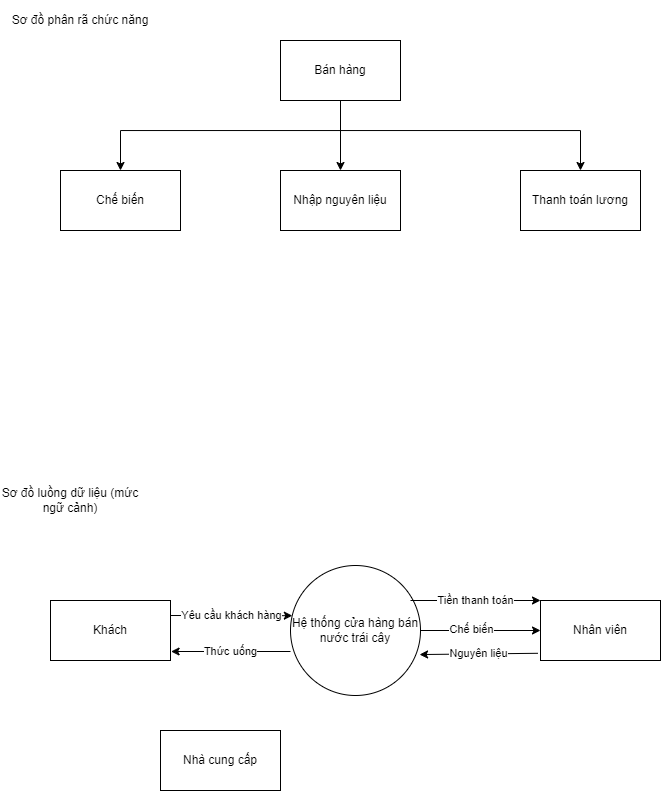
Before: DFD2.png, a diagram exported from draw.io (InfiniteByte1811/branch1). Source tidied: cells renumbered, new cells last; positions are measured from the earlier drawing's top-left corner, leaving out a move shared by most shapes.
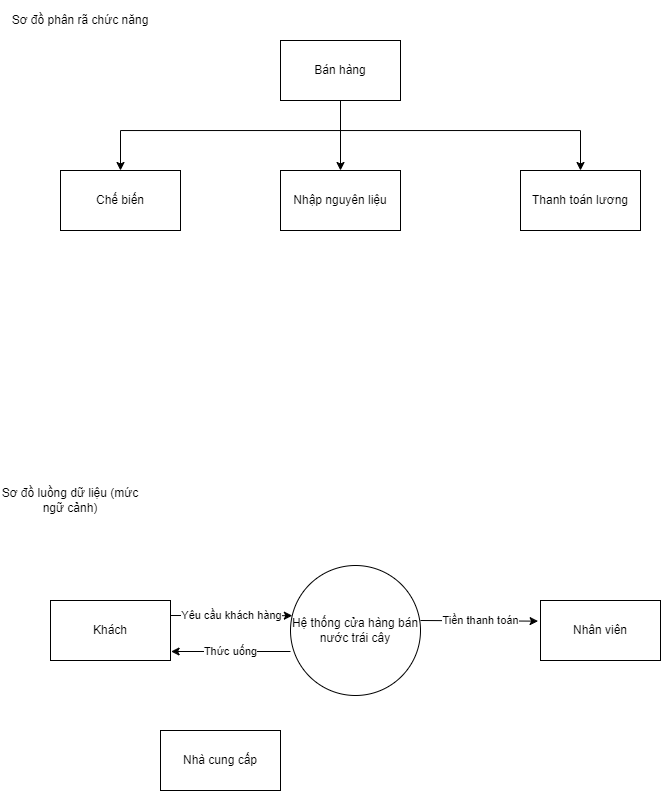
Later version of the same file.

Commit message:
Cập nhật DFD2.png

The edit, as a diff of the source:
```diff
@@ -48,9 +48,9 @@
     <mxCell id="13" value="Hệ thống cửa hàng bán nước trái cây" style="ellipse;whiteSpace=wrap;html=1;" parent="1" vertex="1">
       <mxGeometry x="290" y="565" width="130" height="130" as="geometry" />
     </mxCell>
-    <mxCell id="14" value="Tiền thanh toán" style="endArrow=classic;html=1;rounded=0;entryX=0;entryY=0;entryDx=0;entryDy=0;" parent="1" edge="1" target="11">
-      <mxGeometry relative="1" as="geometry">
-        <mxPoint x="410" y="600" as="sourcePoint" />
+    <mxCell id="14" value="Tiền thanh toán" style="endArrow=classic;html=1;rounded=0;entryX=-0.02;entryY=0.344;entryDx=0;entryDy=0;entryPerimeter=0;" parent="1" edge="1" target="11">
+      <mxGeometry x="0.02" relative="1" as="geometry">
+        <mxPoint x="420" y="620" as="sourcePoint" />
       </mxGeometry>
     </mxCell>
     <mxCell id="15" value="Yêu cầu khách hàng" style="endArrow=classic;html=1;rounded=0;entryX=0.014;entryY=0.386;entryDx=0;entryDy=0;entryPerimeter=0;" parent="1" edge="1" target="13">
@@ -63,17 +63,6 @@
         <mxPoint x="290" y="651" as="sourcePoint" />
       </mxGeometry>
     </mxCell>
-    <mxCell id="17" value="Nguyên liệu" style="endArrow=classic;html=1;rounded=0;exitX=-0.022;exitY=0.88;exitDx=0;exitDy=0;exitPerimeter=0;entryX=0.993;entryY=0.685;entryDx=0;entryDy=0;entryPerimeter=0;" parent="1" edge="1" source="11" target="13">
-      <mxGeometry relative="1" as="geometry" />
-    </mxCell>
-    <mxCell id="18" style="endArrow=classic;html=1;rounded=0;entryX=0;entryY=0.5;entryDx=0;entryDy=0;" parent="1" edge="1" target="11">
-      <mxGeometry relative="1" as="geometry">
-        <mxPoint x="420" y="630" as="sourcePoint" />
-      </mxGeometry>
-    </mxCell>
-    <mxCell id="19" value="Chế biến" style="edgeLabel;html=1;align=center;verticalAlign=middle;" parent="18" vertex="1">
-      <mxGeometry x="-0.15" y="1" relative="1" as="geometry" />
-    </mxCell>
     <mxCell id="20" value="Nhà cung cấp" style="rounded=0;whiteSpace=wrap;html=1;" parent="1" vertex="1">
       <mxGeometry x="160" y="730" width="120" height="60" as="geometry" />
     </mxCell>
```
